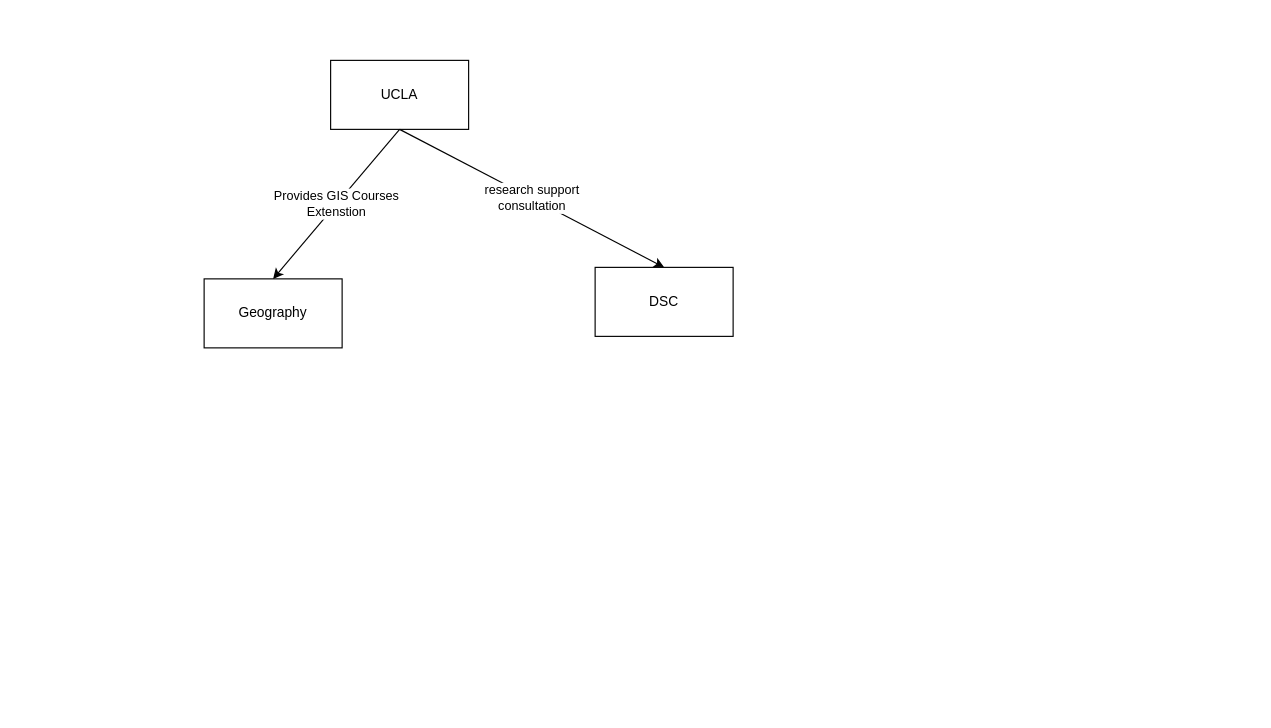
The draw.io diagram Current UCLA GIS Flowchart.drawio in albertkun/uclagis, before the edit. Source tidied: cells renumbered, new cells numbered last; positions are measured from the earlier drawing's top-left corner, leaving out a move shared by most shapes. Both pictures are drawn from the tidied source at 115%, with x=0, y=0 at pixel (204, 60).
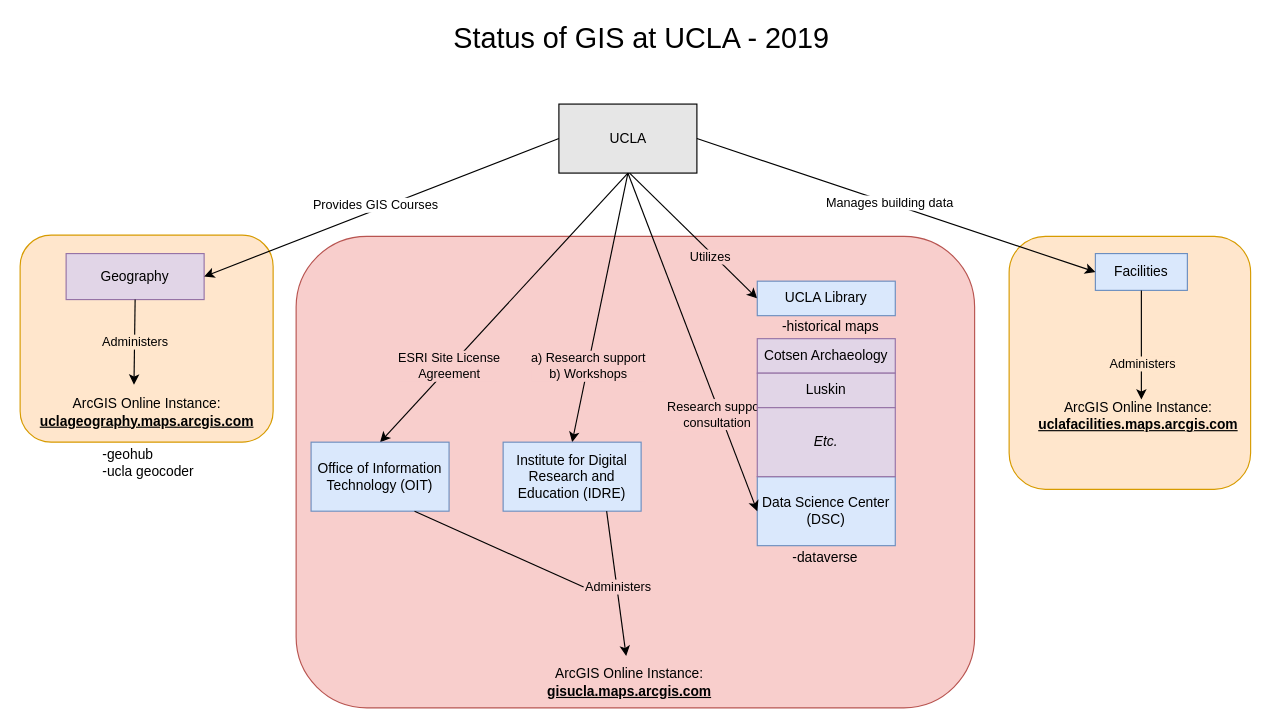
After the change.

Diff of the diagram source:
```diff
@@
+    <mxCell id="7" value="&lt;div align=&quot;right&quot;&gt;&lt;br&gt;&lt;/div&gt;&lt;div align=&quot;right&quot;&gt;&lt;br&gt;&lt;/div&gt;" style="rounded=1;whiteSpace=wrap;html=1;fillColor=#f8cecc;strokeColor=#b85450;align=right;" parent="1" vertex="1">
+      <mxGeometry x="80" y="153" width="590" height="410" as="geometry" />
+    </mxCell>
+    <mxCell id="8" style="rounded=1;whiteSpace=wrap;html=1;align=center;fillColor=#FFE6CC;strokeColor=#d79b00;" parent="1" vertex="1">
+      <mxGeometry x="700" y="153" width="210" height="220" as="geometry" />
+    </mxCell>
+    <mxCell id="9" style="rounded=1;whiteSpace=wrap;html=1;align=center;fillColor=#FFE6CC;strokeColor=#d79b00;" parent="1" vertex="1">
+      <mxGeometry x="-160" y="152" width="220" height="180" as="geometry" />
+    </mxCell>
-    <mxCell id="2" value="UCLA" style="rounded=0;whiteSpace=wrap;html=1;" parent="1" vertex="1">
-      <mxGeometry x="110" width="120" height="60" as="geometry" />
+    <mxCell id="2" value="UCLA" style="rounded=0;whiteSpace=wrap;html=1;fillColor=#E6E6E6;strokeColor=#000000;" parent="1" vertex="1">
+      <mxGeometry x="308.5" y="38" width="120" height="60" as="geometry" />
     </mxCell>
-    <mxCell id="3" value="Geography" style="rounded=0;whiteSpace=wrap;html=1;" parent="1" vertex="1">
-      <mxGeometry y="190" width="120" height="60" as="geometry" />
+    <mxCell id="3" value="Geography" style="rounded=0;whiteSpace=wrap;html=1;fillColor=#e1d5e7;strokeColor=#9673a6;" parent="1" vertex="1">
+      <mxGeometry x="-120" y="168" width="120" height="40" as="geometry" />
     </mxCell>
-    <mxCell id="4" value="DSC" style="rounded=0;whiteSpace=wrap;html=1;" parent="1" vertex="1">
-      <mxGeometry x="340" y="180" width="120" height="60" as="geometry" />
+    <mxCell id="4" value="&lt;div&gt;Data Science Center&lt;/div&gt;&lt;div&gt;(DSC)&lt;br&gt;&lt;/div&gt;" style="rounded=0;whiteSpace=wrap;html=1;fillColor=#dae8fc;strokeColor=#6c8ebf;" parent="1" vertex="1">
+      <mxGeometry x="481" y="362" width="120" height="60" as="geometry" />
     </mxCell>
-    <mxCell id="5" value="&lt;div&gt;research support&lt;/div&gt;&lt;div&gt;consultation&lt;/div&gt;" style="endArrow=classic;html=1;entryX=0.5;entryY=0;entryDx=0;entryDy=0;exitX=0.5;exitY=1;exitDx=0;exitDy=0;" parent="1" edge="1" source="2" target="4">
-      <mxGeometry relative="1" as="geometry" />
+    <mxCell id="5" value="&lt;div&gt;Research support&lt;/div&gt;&lt;div&gt;consultation&lt;/div&gt;" style="endArrow=classic;html=1;exitX=0.5;exitY=1;exitDx=0;exitDy=0;entryX=0;entryY=0.5;entryDx=0;entryDy=0;labelBackgroundColor=#F8CECC;" parent="1" edge="1" source="2" target="4">
+      <mxGeometry x="0.42" y="-3" relative="1" as="geometry" />
     </mxCell>
-    <mxCell id="6" value="&lt;div&gt;Provides GIS Courses&lt;/div&gt;&lt;div&gt;Extenstion&lt;br&gt;&lt;/div&gt;" style="endArrow=classic;html=1;entryX=0.5;entryY=0;entryDx=0;entryDy=0;exitX=0.5;exitY=1;exitDx=0;exitDy=0;" parent="1" edge="1" source="2" target="3">
-      <mxGeometry relative="1" as="geometry" />
+    <mxCell id="6" value="&lt;div&gt;Provides GIS Courses&lt;/div&gt;" style="endArrow=classic;html=1;entryX=1;entryY=0.5;entryDx=0;entryDy=0;exitX=0;exitY=0.5;exitDx=0;exitDy=0;" parent="1" edge="1" source="2" target="3">
+      <mxGeometry x="0.03" y="-4" relative="1" as="geometry" />
     </mxCell>
+    <mxCell id="10" value="&lt;div&gt;a) Research support&lt;/div&gt;&lt;div&gt;b) Workshops&lt;/div&gt;" style="endArrow=classic;html=1;entryX=0.5;entryY=0;entryDx=0;entryDy=0;labelBackgroundColor=#F8CECC;labelBorderColor=none;exitX=0.5;exitY=1;exitDx=0;exitDy=0;" parent="1" edge="1" source="2" target="11">
+      <mxGeometry x="0.44" relative="1" as="geometry" />
+    </mxCell>
+    <mxCell id="11" value="Institute for Digital Research and Education (IDRE)" style="rounded=0;whiteSpace=wrap;html=1;fillColor=#dae8fc;strokeColor=#6c8ebf;" parent="1" vertex="1">
+      <mxGeometry x="260" y="332" width="120" height="60" as="geometry" />
+    </mxCell>
+    <mxCell id="12" value="&lt;div&gt;ESRI Site License &lt;br&gt;&lt;/div&gt;&lt;div&gt;Agreement&lt;/div&gt;" style="endArrow=classic;html=1;entryX=0.5;entryY=0;entryDx=0;entryDy=0;exitX=0.5;exitY=1;exitDx=0;exitDy=0;labelBackgroundColor=#F8CECC;" parent="1" edge="1" source="2" target="13">
+      <mxGeometry x="0.44" relative="1" as="geometry" />
+    </mxCell>
+    <mxCell id="13" value="Office of Information Technology (OIT)" style="rounded=0;whiteSpace=wrap;html=1;fillColor=#dae8fc;strokeColor=#6c8ebf;" parent="1" vertex="1">
+      <mxGeometry x="93" y="332" width="120" height="60" as="geometry" />
+    </mxCell>
+    <mxCell id="14" value="&lt;div&gt;ArcGIS Online Instance:&lt;/div&gt;&lt;div&gt;&lt;u&gt;&lt;b&gt;uclageography.maps.arcgis.com&lt;/b&gt;&lt;/u&gt;&lt;br&gt;&lt;/div&gt;" style="text;html=1;strokeColor=none;fillColor=none;align=center;verticalAlign=middle;whiteSpace=wrap;rounded=0;" parent="1" vertex="1">
+      <mxGeometry x="-122.5" y="296" width="145" height="20" as="geometry" />
+    </mxCell>
+    <mxCell id="15" value="&lt;div&gt;ArcGIS Online Instance:&lt;/div&gt;&lt;div&gt;&lt;u&gt;&lt;b&gt;gisucla.maps.arcgis.com&lt;/b&gt;&lt;/u&gt;&lt;br&gt;&lt;/div&gt;" style="text;html=1;strokeColor=none;fillColor=none;align=center;verticalAlign=middle;whiteSpace=wrap;rounded=0;" parent="1" vertex="1">
+      <mxGeometry x="164.5" y="531" width="410" height="20" as="geometry" />
+    </mxCell>
+    <mxCell id="16" value="Administers" style="endArrow=classic;html=1;labelBackgroundColor=#F8CECC;exitX=0.75;exitY=1;exitDx=0;exitDy=0;" parent="1" edge="1" source="11">
+      <mxGeometry x="0.05" y="1" relative="1" as="geometry">
+        <mxPoint x="367" y="518" as="targetPoint" />
+      </mxGeometry>
+    </mxCell>
+    <mxCell id="17" value="Utilizes" style="endArrow=classic;html=1;labelBackgroundColor=#F8CECC;entryX=0;entryY=0.5;entryDx=0;entryDy=0;" parent="1" edge="1" target="18">
+      <mxGeometry x="0.3" y="-3" relative="1" as="geometry">
+        <mxPoint x="370" y="98" as="sourcePoint" />
+      </mxGeometry>
+    </mxCell>
+    <mxCell id="18" value="&lt;div&gt;UCLA Library&lt;/div&gt;" style="rounded=0;whiteSpace=wrap;html=1;align=center;fillColor=#dae8fc;strokeColor=#6c8ebf;" parent="1" vertex="1">
+      <mxGeometry x="481" y="192" width="120" height="30" as="geometry" />
+    </mxCell>
+    <mxCell id="19" value="Cotsen Archaeology" style="rounded=0;whiteSpace=wrap;html=1;align=center;fillColor=#e1d5e7;strokeColor=#9673a6;" parent="1" vertex="1">
+      <mxGeometry x="481" y="242" width="120" height="30" as="geometry" />
+    </mxCell>
+    <mxCell id="20" value="Luskin" style="rounded=0;whiteSpace=wrap;html=1;align=center;fillColor=#e1d5e7;strokeColor=#9673a6;" parent="1" vertex="1">
+      <mxGeometry x="481" y="272" width="120" height="30" as="geometry" />
+    </mxCell>
+    <mxCell id="21" value="&lt;i&gt;Etc.&lt;/i&gt;" style="rounded=0;whiteSpace=wrap;html=1;align=center;fillColor=#e1d5e7;strokeColor=#9673a6;" parent="1" vertex="1">
+      <mxGeometry x="481" y="302" width="120" height="60" as="geometry" />
+    </mxCell>
+    <mxCell id="22" value="Administers" style="endArrow=classic;html=1;labelBackgroundColor=#FFE6CC;exitX=0.5;exitY=1;exitDx=0;exitDy=0;" parent="1" edge="1" source="3">
+      <mxGeometry relative="1" as="geometry">
+        <mxPoint x="-61" y="282" as="targetPoint" />
+      </mxGeometry>
+    </mxCell>
+    <mxCell id="23" value="Facilities" style="rounded=0;whiteSpace=wrap;html=1;fillColor=#dae8fc;strokeColor=#6c8ebf;" parent="1" vertex="1">
+      <mxGeometry x="775" y="168" width="80" height="32" as="geometry" />
+    </mxCell>
+    <mxCell id="24" value="&lt;div&gt;ArcGIS Online Instance:&lt;/div&gt;&lt;div&gt;&lt;u&gt;&lt;b&gt;uclafacilities.maps.arcgis.com&lt;/b&gt;&lt;/u&gt;&lt;br&gt;&lt;/div&gt;" style="text;html=1;strokeColor=none;fillColor=none;align=center;verticalAlign=middle;whiteSpace=wrap;rounded=0;" parent="1" vertex="1">
+      <mxGeometry x="740" y="299" width="145" height="20" as="geometry" />
+    </mxCell>
+    <mxCell id="25" value="Administers" style="endArrow=classic;html=1;labelBackgroundColor=#FFE6CC;exitX=0.5;exitY=1;exitDx=0;exitDy=0;" parent="1" edge="1" source="23">
+      <mxGeometry x="0.34" y="1" relative="1" as="geometry">
+        <mxPoint x="815" y="295" as="targetPoint" />
+      </mxGeometry>
+    </mxCell>
+    <mxCell id="26" value="Manages building data" style="endArrow=classic;html=1;exitX=1;exitY=0.5;exitDx=0;exitDy=0;entryX=0;entryY=0.5;entryDx=0;entryDy=0;" parent="1" edge="1" source="2" target="23">
+      <mxGeometry x="-0.03" relative="1" as="geometry" />
+    </mxCell>
+    <mxCell id="27" style="endArrow=none;html=1;labelBackgroundColor=#FFE6CC;exitX=0.75;exitY=1;exitDx=0;exitDy=0;" parent="1" edge="1" source="13">
+      <mxGeometry relative="1" as="geometry">
+        <mxPoint x="330" y="458" as="targetPoint" />
+      </mxGeometry>
+    </mxCell>
+    <mxCell id="28" value="&lt;div&gt;-geohub&lt;/div&gt;&lt;div&gt;-ucla geocoder&lt;br&gt;&lt;/div&gt;" style="text;html=1;strokeColor=none;fillColor=none;align=left;verticalAlign=middle;whiteSpace=wrap;rounded=0;" parent="1" vertex="1">
+      <mxGeometry x="-90" y="340" width="100" height="20" as="geometry" />
+    </mxCell>
+    <mxCell id="29" value="-dataverse" style="text;html=1;strokeColor=none;fillColor=none;align=left;verticalAlign=middle;whiteSpace=wrap;rounded=0;" parent="1" vertex="1">
+      <mxGeometry x="510" y="422.5" width="100" height="20" as="geometry" />
+    </mxCell>
+    <mxCell id="30" value="-historical maps" style="text;html=1;strokeColor=none;fillColor=none;align=left;verticalAlign=middle;whiteSpace=wrap;rounded=0;" parent="1" vertex="1">
+      <mxGeometry x="501" y="222" width="100" height="20" as="geometry" />
+    </mxCell>
+    <mxCell id="31" value="Status of GIS at UCLA - 2019" style="text;html=1;strokeColor=none;fillColor=none;align=center;verticalAlign=middle;whiteSpace=wrap;rounded=0;fontSize=25;" parent="1" vertex="1">
+      <mxGeometry x="120" y="-30" width="521" height="20" as="geometry" />
+    </mxCell>
```
